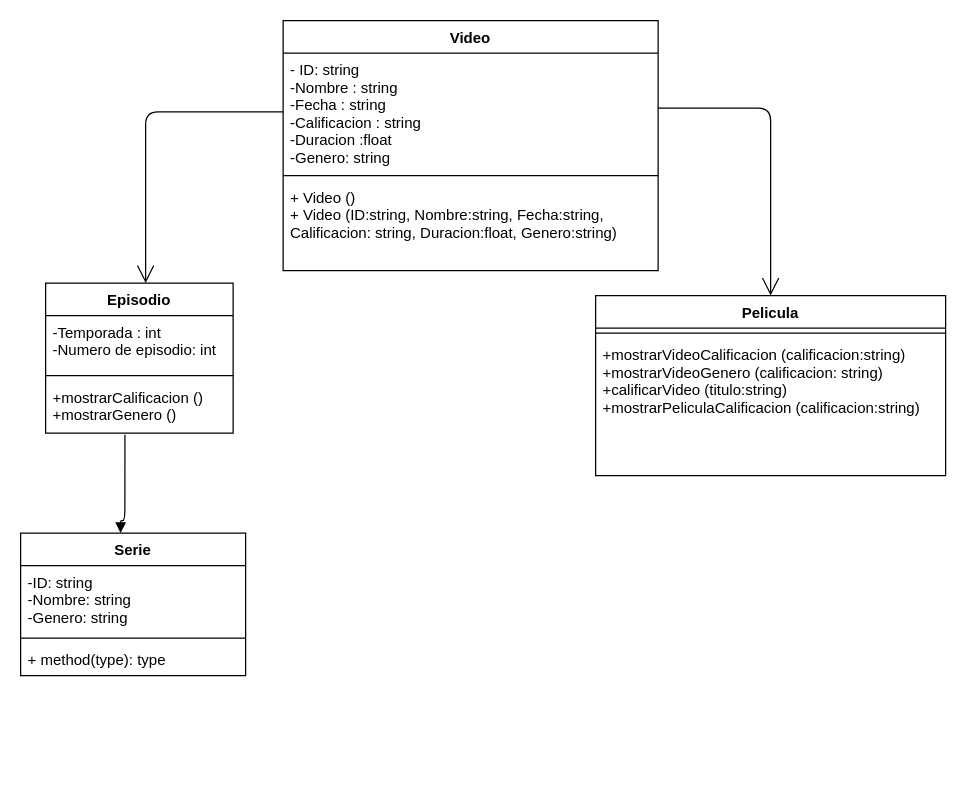
Before: diagrama.drawio in LizIslas/situacionProblema, a draw.io diagram. Source tidied: cells renumbered, new cells numbered last; positions are measured from the earlier drawing's top-left corner, leaving out a move shared by most shapes. Both pictures are drawn from the tidied source at 125%, with x=0, y=0 at pixel (20, 20).
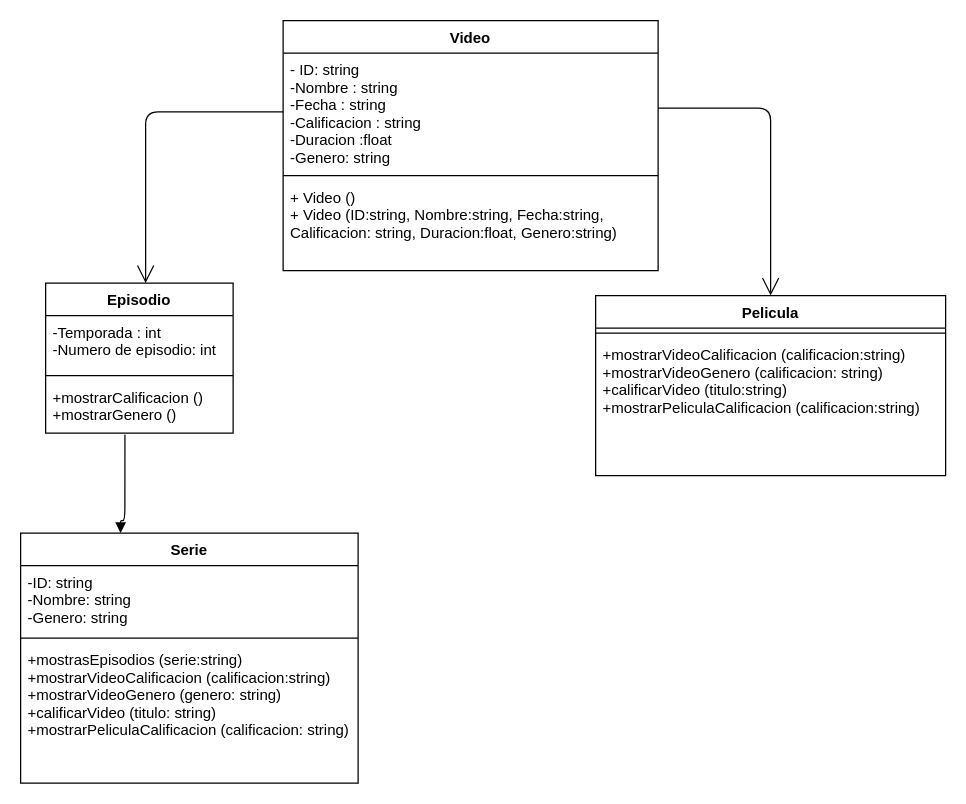
Above is the later version.

Commit message (it also covers changes not shown here):
creacion de clase video

Diff of the diagram source:
```diff
@@
     <mxCell id="16" value="Serie" style="swimlane;fontStyle=1;align=center;verticalAlign=top;horizontal=1;startSize=26;" parent="1" vertex="1">
-      <mxGeometry y="410" width="180" height="114" as="geometry" />
+      <mxGeometry y="410" width="270" height="200" as="geometry" />
     </mxCell>
     <mxCell id="17" value="-ID: string&#10;-Nombre: string&#10;-Genero: string" style="text;strokeColor=none;fillColor=none;align=left;verticalAlign=top;spacingLeft=4;spacingRight=4;overflow=hidden;" parent="16" vertex="1">
-      <mxGeometry y="26" width="180" height="54" as="geometry" />
+      <mxGeometry y="26" width="270" height="54" as="geometry" />
     </mxCell>
     <mxCell id="18" style="line;strokeWidth=1;fillColor=none;align=left;verticalAlign=middle;spacingTop=-1;spacingLeft=3;spacingRight=3;labelPosition=right;strokeColor=inherit;" parent="16" vertex="1">
-      <mxGeometry y="80" width="180" height="8" as="geometry" />
+      <mxGeometry y="80" width="270" height="8" as="geometry" />
     </mxCell>
-    <mxCell id="19" value="+ method(type): type" style="text;strokeColor=none;fillColor=none;align=left;verticalAlign=top;spacingLeft=4;spacingRight=4;overflow=hidden;" parent="16" vertex="1">
-      <mxGeometry y="88" width="180" height="26" as="geometry" />
+    <mxCell id="19" value="+mostrasEpisodios (serie:string)&#10;+mostrarVideoCalificacion (calificacion:string)&#10;+mostrarVideoGenero (genero: string)&#10;+calificarVideo (titulo: string)&#10;+mostrarPeliculaCalificacion (calificacion: string)" style="text;strokeColor=none;fillColor=none;align=left;verticalAlign=top;spacingLeft=4;spacingRight=4;overflow=hidden;" parent="16" vertex="1">
+      <mxGeometry y="88" width="270" height="112" as="geometry" />
     </mxCell>
```
